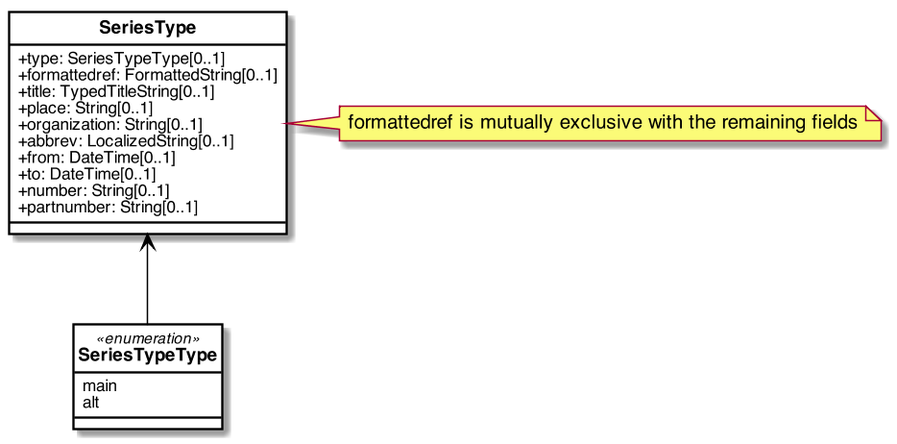
Before: images/RelBib_Series.png, a diagram exported from PlantUML (relaton/relaton-models).
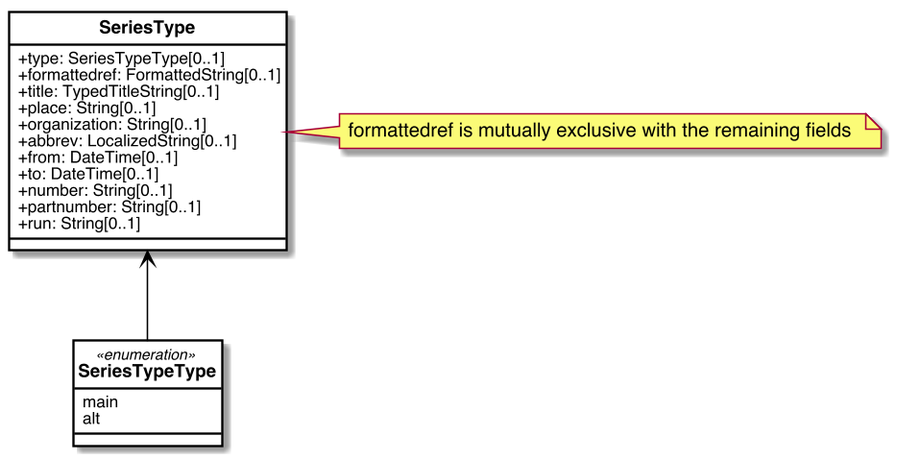
Later version of the same file.

The edit, as a diff of the source:
```diff
@@ -52,6 +52,7 @@
     +to: DateTime[0..1]
     +number: String[0..1]
     +partnumber: String[0..1]
+    +run: String[0..1]
 }
 
 enum SeriesTypeType <<enumeration>>{
```
